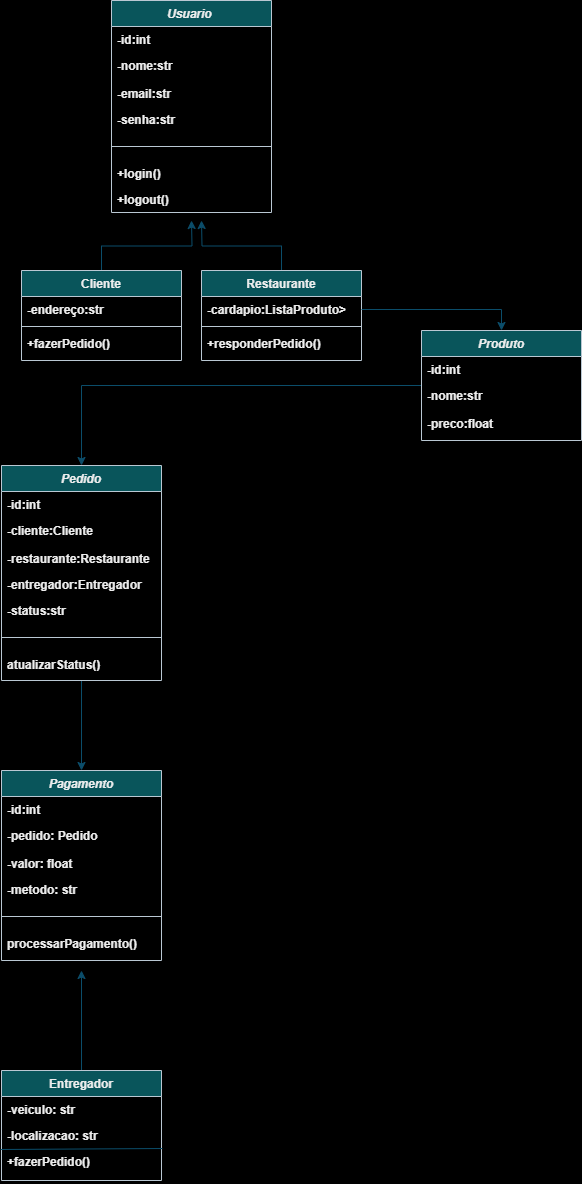
luisfelipesantiago/Diagrama-de-classes keeps this draw.io diagram as Diagrama de classes DSC.png. Above is the earlier version. Source tidied: cells renumbered, new cells last; positions are measured from the earlier drawing's top-left corner, leaving out a move shared by most shapes.
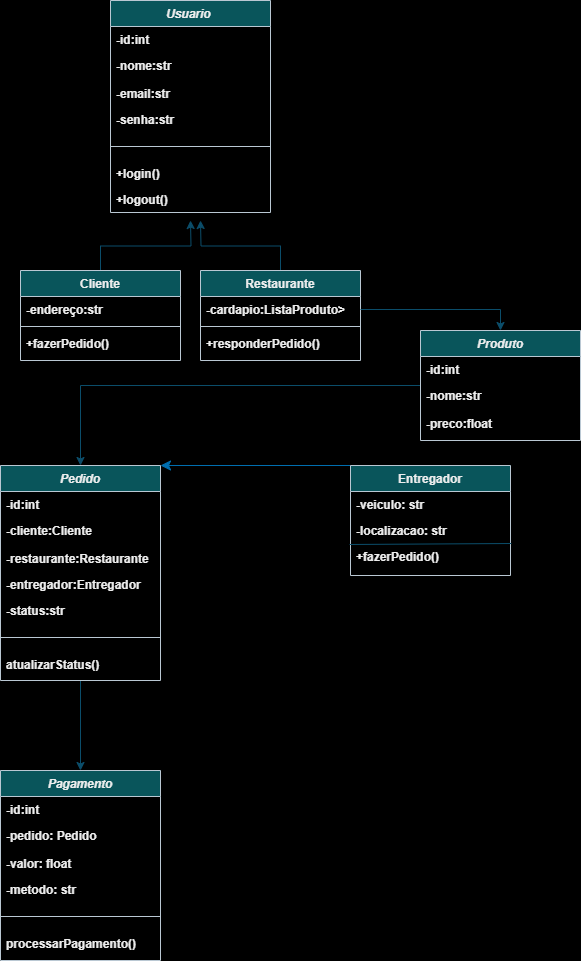
Above is the later version.

The edit, as a diff of the source:
```diff
@@ -126,13 +126,13 @@
     <mxCell id="41" value="processarPagamento()" style="text;align=left;verticalAlign=top;spacingLeft=4;spacingRight=4;overflow=hidden;rounded=0;shadow=0;html=0;labelBackgroundColor=none;fontColor=#EEEEEE;fontStyle=1;" parent="35" vertex="1">
       <mxGeometry y="160" width="160" height="26" as="geometry" />
     </mxCell>
-    <mxCell id="42" style="edgeStyle=orthogonalEdgeStyle;rounded=0;jettySize=auto;html=1;labelBackgroundColor=none;strokeColor=#0B4D6A;fontColor=default;fontStyle=1;" parent="1" edge="1" source="43">
-      <mxGeometry relative="1" as="geometry">
-        <mxPoint x="80" y="970" as="targetPoint" />
-      </mxGeometry>
-    </mxCell>
+    <mxCell id="48" style="edgeStyle=none;curved=1;rounded=0;jettySize=auto;html=1;entryX=1;entryY=0.5;entryDx=0;entryDy=0;fontSize=12;startSize=8;endSize=8;fillColor=#1ba1e2;strokeColor=#006EAF;exitX=0;exitY=0;exitDx=0;exitDy=0;" parent="1" edge="1" source="43">
+      <mxGeometry relative="1" as="geometry">
+        <mxPoint x="160" y="465" as="targetPoint" />
+      </mxGeometry>
+    </mxCell>
     <mxCell id="43" value="Entregador" style="swimlane;fontStyle=1;align=center;verticalAlign=top;horizontal=1;startSize=26;rounded=0;shadow=0;strokeWidth=1;labelBackgroundColor=none;fillColor=#09555B;strokeColor=#BAC8D3;fontColor=#EEEEEE;" parent="1" vertex="1">
-      <mxGeometry y="1070" width="160" height="110" as="geometry" />
+      <mxGeometry x="350" y="465" width="160" height="110" as="geometry" />
     </mxCell>
     <mxCell id="44" value="-veiculo: str" style="text;align=left;verticalAlign=top;spacingLeft=4;spacingRight=4;overflow=hidden;labelBackgroundColor=none;fontColor=#EEEEEE;fontStyle=1;" parent="43" vertex="1">
       <mxGeometry y="26" width="160" height="26" as="geometry" />
```
